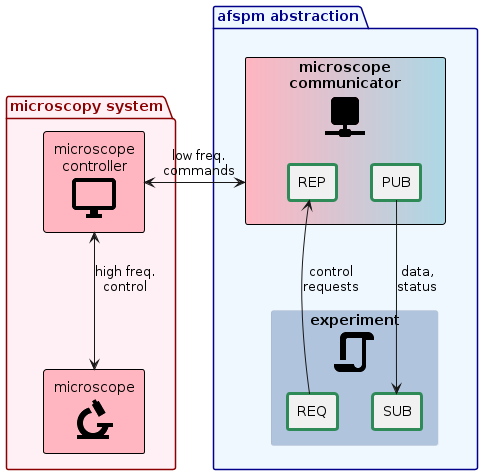
Before: docs/images/afspm_without_afspmcon.png, a diagram exported from PlantUML (nsulmol/afspm).
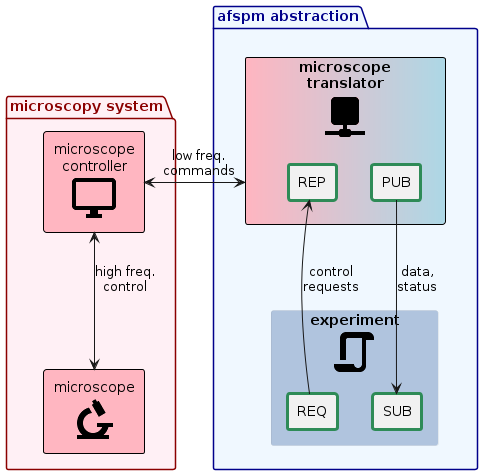
After the commit.

What changed in the source:
```diff
@@ -5,7 +5,7 @@
 !include <material/script>
 
 package "afspm abstraction" <<groupinternal>> {
-  component "microscope\ncommunicator\n<$ma_network>" <<interface>> <<required>> as devcon {
+  component "microscope\ntranslator\n<$ma_network>" <<interface>> <<required>> as devcon {
     component "PUB" <<socket>> as dc_pub
     component REP <<socket>> as dc_rep
   }
```
